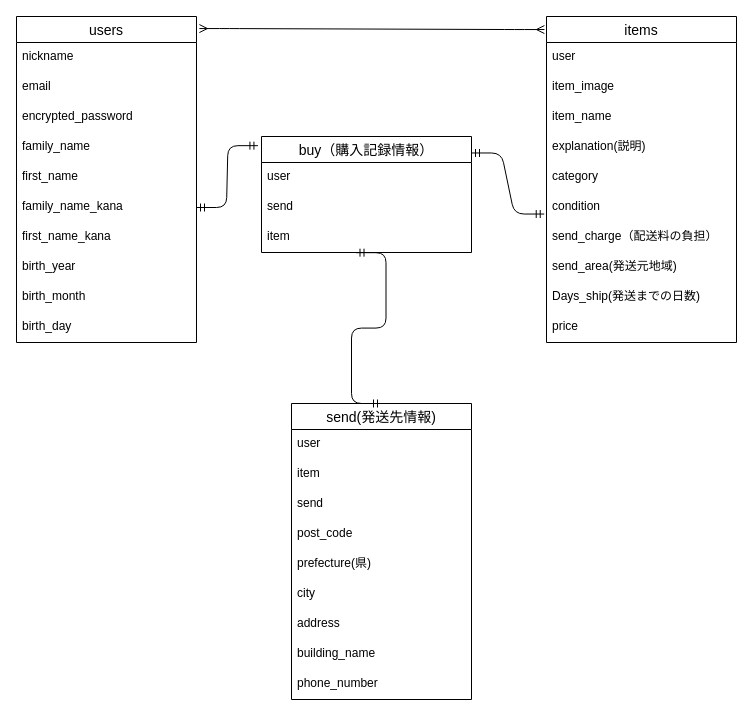
The draw.io diagram furima-37971.dio in monday0413/furima-37971, before the edit. Source tidied: cells renumbered, new cells numbered last; positions are measured from the earlier drawing's top-left corner, leaving out a move shared by most shapes. Both pictures are drawn from the tidied source at 100%, with x=0, y=0 at pixel (16, 16).
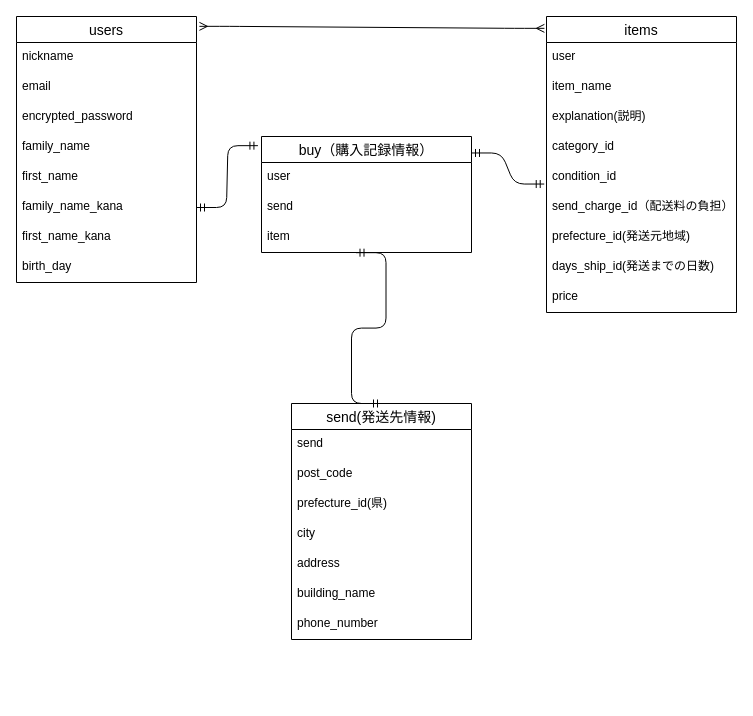
Above is the later version.

Commit message (it also covers changes not shown here):
ER図及びreadmeレビュー箇所修正

Change to the diagram source:
```diff
@@
     <mxCell id="2" value="users" style="swimlane;fontStyle=0;horizontal=1;startSize=26;align=center;fontSize=14;" parent="1" vertex="1">
-      <mxGeometry width="180" height="326" as="geometry" />
+      <mxGeometry width="180" height="266" as="geometry" />
     </mxCell>
@@
-    <mxCell id="10" value="birth_year" style="text;strokeColor=none;fillColor=none;spacingLeft=4;spacingRight=4;overflow=hidden;fontSize=12;" parent="2" vertex="1">
-      <mxGeometry y="236" width="180" height="30" as="geometry" />
-    </mxCell>
-    <mxCell id="11" value="birth_month" style="text;strokeColor=none;fillColor=none;spacingLeft=4;spacingRight=4;overflow=hidden;fontSize=12;" parent="2" vertex="1">
-      <mxGeometry y="266" width="180" height="30" as="geometry" />
-    </mxCell>
     <mxCell id="12" value="birth_day" style="text;strokeColor=none;fillColor=none;spacingLeft=4;spacingRight=4;overflow=hidden;fontSize=12;" parent="2" vertex="1">
-      <mxGeometry y="296" width="180" height="30" as="geometry" />
+      <mxGeometry y="236" width="180" height="30" as="geometry" />
     </mxCell>
@@
     <mxCell id="17" value="items" style="swimlane;fontStyle=0;horizontal=1;startSize=26;align=center;fontSize=14;" parent="1" vertex="1">
-      <mxGeometry x="530" width="190" height="326" as="geometry" />
+      <mxGeometry x="530" width="190" height="296" as="geometry" />
     </mxCell>
@@
-    <mxCell id="19" value="item_image" style="text;strokeColor=none;fillColor=none;spacingLeft=4;spacingRight=4;overflow=hidden;fontSize=12;" parent="17" vertex="1">
-      <mxGeometry y="56" width="190" height="30" as="geometry" />
-    </mxCell>
     <mxCell id="20" value="item_name" style="text;strokeColor=none;fillColor=none;spacingLeft=4;spacingRight=4;overflow=hidden;fontSize=12;" parent="17" vertex="1">
-      <mxGeometry y="86" width="190" height="30" as="geometry" />
+      <mxGeometry y="56" width="190" height="30" as="geometry" />
     </mxCell>
     <mxCell id="21" value="explanation(説明) " style="text;strokeColor=none;fillColor=none;spacingLeft=4;spacingRight=4;overflow=hidden;fontSize=12;" parent="17" vertex="1">
-      <mxGeometry y="116" width="190" height="30" as="geometry" />
+      <mxGeometry y="86" width="190" height="30" as="geometry" />
     </mxCell>
-    <mxCell id="22" value="category" style="text;strokeColor=none;fillColor=none;spacingLeft=4;spacingRight=4;overflow=hidden;fontSize=12;" parent="17" vertex="1">
-      <mxGeometry y="146" width="190" height="30" as="geometry" />
+    <mxCell id="22" value="category_id" style="text;strokeColor=none;fillColor=none;spacingLeft=4;spacingRight=4;overflow=hidden;fontSize=12;" parent="17" vertex="1">
+      <mxGeometry y="116" width="190" height="30" as="geometry" />
     </mxCell>
-    <mxCell id="23" value="condition" style="text;strokeColor=none;fillColor=none;spacingLeft=4;spacingRight=4;overflow=hidden;points=[[0,0.5],[1,0.5]];portConstraint=eastwest;fontSize=12;" parent="17" vertex="1">
-      <mxGeometry y="176" width="190" height="30" as="geometry" />
+    <mxCell id="23" value="condition_id" style="text;strokeColor=none;fillColor=none;spacingLeft=4;spacingRight=4;overflow=hidden;points=[[0,0.5],[1,0.5]];portConstraint=eastwest;fontSize=12;" parent="17" vertex="1">
+      <mxGeometry y="146" width="190" height="30" as="geometry" />
     </mxCell>
-    <mxCell id="24" value="send_charge（配送料の負担）" style="text;strokeColor=none;fillColor=none;spacingLeft=4;spacingRight=4;overflow=hidden;fontSize=12;" parent="17" vertex="1">
-      <mxGeometry y="206" width="190" height="30" as="geometry" />
+    <mxCell id="24" value="send_charge_id（配送料の負担）" style="text;strokeColor=none;fillColor=none;spacingLeft=4;spacingRight=4;overflow=hidden;fontSize=12;" parent="17" vertex="1">
+      <mxGeometry y="176" width="190" height="30" as="geometry" />
     </mxCell>
-    <mxCell id="25" value="send_area(発送元地域)" style="text;strokeColor=none;fillColor=none;spacingLeft=4;spacingRight=4;overflow=hidden;fontSize=12;" parent="17" vertex="1">
-      <mxGeometry y="236" width="190" height="30" as="geometry" />
+    <mxCell id="25" value="prefecture_id(発送元地域)" style="text;strokeColor=none;fillColor=none;spacingLeft=4;spacingRight=4;overflow=hidden;fontSize=12;" parent="17" vertex="1">
+      <mxGeometry y="206" width="190" height="30" as="geometry" />
     </mxCell>
-    <mxCell id="26" value="Days_ship(発送までの日数)" style="text;strokeColor=none;fillColor=none;spacingLeft=4;spacingRight=4;overflow=hidden;fontSize=12;" parent="17" vertex="1">
-      <mxGeometry y="266" width="190" height="30" as="geometry" />
+    <mxCell id="26" value="days_ship_id(発送までの日数)" style="text;strokeColor=none;fillColor=none;spacingLeft=4;spacingRight=4;overflow=hidden;fontSize=12;" parent="17" vertex="1">
+      <mxGeometry y="236" width="190" height="30" as="geometry" />
     </mxCell>
     <mxCell id="27" value="price" style="text;strokeColor=none;fillColor=none;spacingLeft=4;spacingRight=4;overflow=hidden;fontSize=12;" parent="17" vertex="1">
-      <mxGeometry y="296" width="190" height="30" as="geometry" />
+      <mxGeometry y="266" width="190" height="30" as="geometry" />
     </mxCell>
     <mxCell id="28" value="send(発送先情報)" style="swimlane;fontStyle=0;horizontal=1;startSize=26;align=center;fontSize=14;" parent="1" vertex="1">
-      <mxGeometry x="275" y="387" width="180" height="296" as="geometry" />
+      <mxGeometry x="275" y="387" width="180" height="236" as="geometry" />
     </mxCell>
-    <mxCell id="29" value="user" style="text;strokeColor=none;fillColor=none;spacingLeft=4;spacingRight=4;overflow=hidden;fontSize=12;" parent="28" vertex="1">
-      <mxGeometry y="26" width="180" height="30" as="geometry" />
-    </mxCell>
-    <mxCell id="30" value="item" style="text;strokeColor=none;fillColor=none;spacingLeft=4;spacingRight=4;overflow=hidden;fontSize=12;" parent="28" vertex="1">
-      <mxGeometry y="56" width="180" height="30" as="geometry" />
-    </mxCell>
     <mxCell id="31" value="send" style="text;strokeColor=none;fillColor=none;spacingLeft=4;spacingRight=4;overflow=hidden;fontSize=12;" parent="28" vertex="1">
-      <mxGeometry y="86" width="180" height="30" as="geometry" />
+      <mxGeometry y="26" width="180" height="30" as="geometry" />
     </mxCell>
     <mxCell id="32" value="post_code" style="text;strokeColor=none;fillColor=none;spacingLeft=4;spacingRight=4;overflow=hidden;fontSize=12;" parent="28" vertex="1">
-      <mxGeometry y="116" width="180" height="30" as="geometry" />
+      <mxGeometry y="56" width="180" height="30" as="geometry" />
     </mxCell>
-    <mxCell id="33" value="prefecture(県)" style="text;strokeColor=none;fillColor=none;spacingLeft=4;spacingRight=4;overflow=hidden;fontSize=12;" parent="28" vertex="1">
-      <mxGeometry y="146" width="180" height="30" as="geometry" />
+    <mxCell id="33" value="prefecture_id(県)" style="text;strokeColor=none;fillColor=none;spacingLeft=4;spacingRight=4;overflow=hidden;fontSize=12;" parent="28" vertex="1">
+      <mxGeometry y="86" width="180" height="30" as="geometry" />
     </mxCell>
     <mxCell id="34" value="city" style="text;strokeColor=none;fillColor=none;spacingLeft=4;spacingRight=4;overflow=hidden;fontSize=12;" parent="28" vertex="1">
-      <mxGeometry y="176" width="180" height="30" as="geometry" />
+      <mxGeometry y="116" width="180" height="30" as="geometry" />
     </mxCell>
     <mxCell id="35" value="address" style="text;strokeColor=none;fillColor=none;spacingLeft=4;spacingRight=4;overflow=hidden;fontSize=12;" parent="28" vertex="1">
-      <mxGeometry y="206" width="180" height="30" as="geometry" />
+      <mxGeometry y="146" width="180" height="30" as="geometry" />
     </mxCell>
     <mxCell id="36" value="building_name" style="text;strokeColor=none;fillColor=none;spacingLeft=4;spacingRight=4;overflow=hidden;fontSize=12;" parent="28" vertex="1">
-      <mxGeometry y="236" width="180" height="30" as="geometry" />
+      <mxGeometry y="176" width="180" height="30" as="geometry" />
     </mxCell>
     <mxCell id="37" value="phone_number" style="text;strokeColor=none;fillColor=none;spacingLeft=4;spacingRight=4;overflow=hidden;fontSize=12;" parent="28" vertex="1">
-      <mxGeometry y="266" width="180" height="30" as="geometry" />
+      <mxGeometry y="206" width="180" height="30" as="geometry" />
     </mxCell>
```
